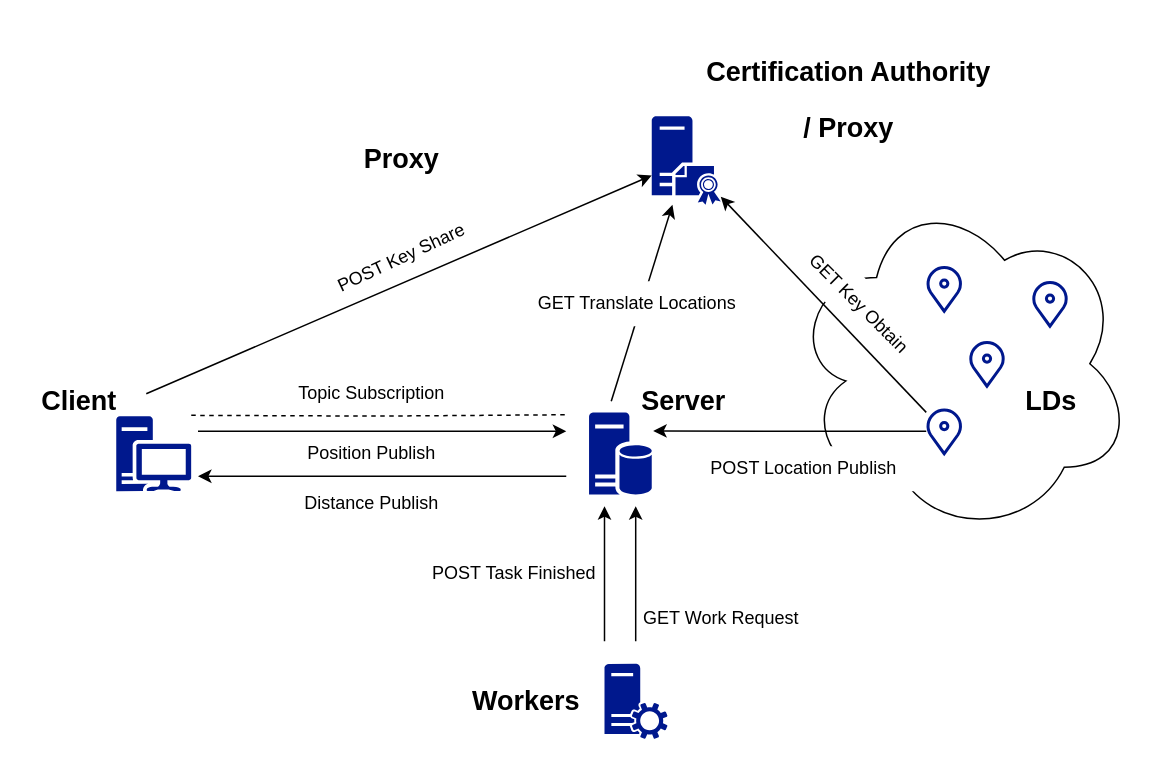
The draw.io diagram tesi/schemes/workflow.drawio in Diebbo/tesi-latex, before the edit. Source tidied: cells renumbered, new cells numbered last; positions are measured from the earlier drawing's top-left corner, leaving out a move shared by most shapes. Both pictures are drawn from the tidied source at 150%, with x=0, y=0 at pixel (26, 26).
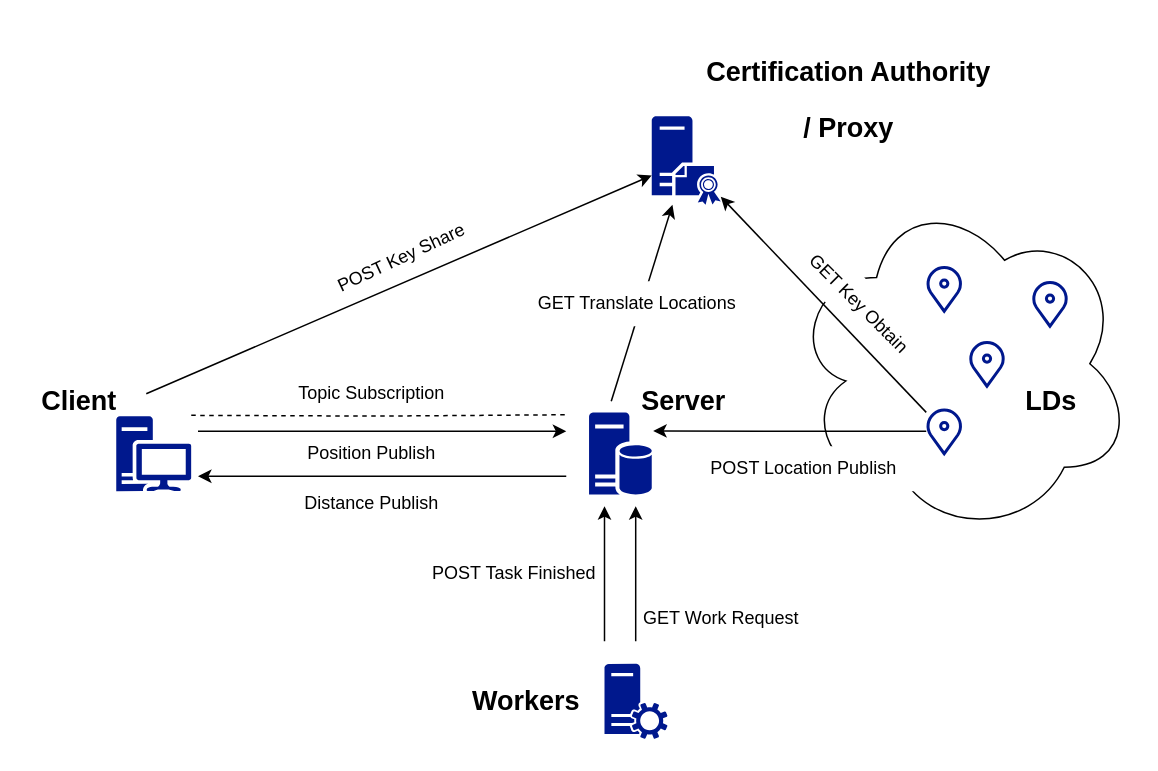
The same page after the edit.

Commit message (it also covers changes not shown here):
grammar errors

What changed in the source:
```diff
@@
-    <mxCell id="17" value="&lt;h2&gt;Proxy&lt;/h2&gt;" style="text;html=1;align=center;verticalAlign=middle;strokeColor=none;fillColor=none;" parent="1" vertex="1">
-      <mxGeometry x="214.5" y="59" width="70" height="60" as="geometry" />
-    </mxCell>
```
